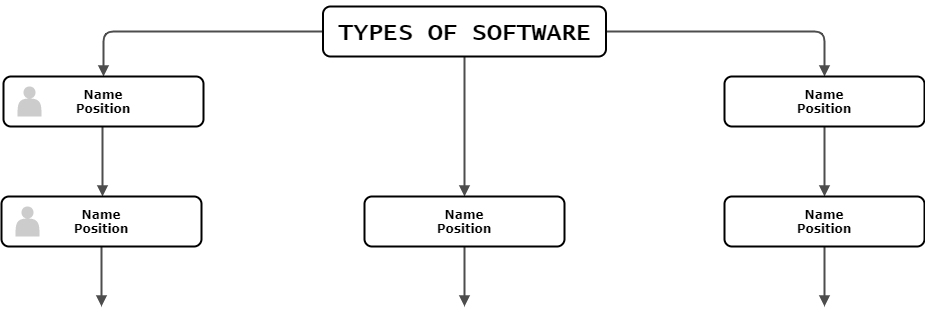
Before: CA_practical_asignment.png, a diagram exported from draw.io (JXTK/app.diagrams.net). Source tidied: cells renumbered, new cells last; positions are measured from the earlier drawing's top-left corner, leaving out a move shared by most shapes.
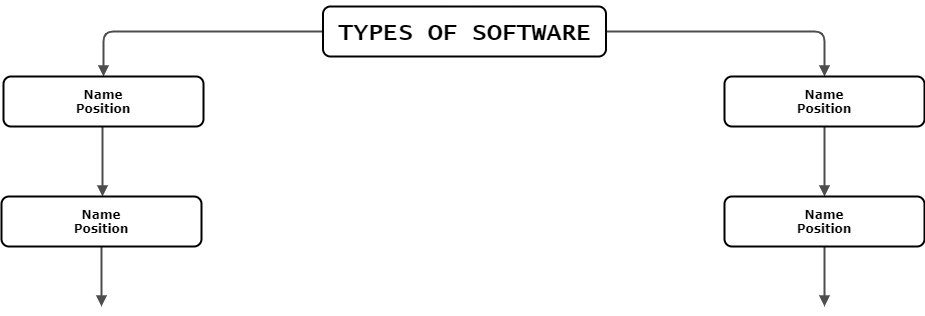
After the change.

What changed in the source:
```diff
@@ -2,9 +2,6 @@
   <root>
     <mxCell id="0" />
     <mxCell id="1" parent="0" />
-    <mxCell id="2" style="edgeStyle=orthogonalEdgeStyle;rounded=1;html=1;labelBackgroundColor=none;endArrow=block;endFill=1;strokeColor=#4D4D4D;strokeWidth=2;fontFamily=Verdana;fontSize=12;fontStyle=1;" parent="1" edge="1" source="15" target="14">
-      <mxGeometry relative="1" as="geometry" />
-    </mxCell>
     <mxCell id="3" style="edgeStyle=orthogonalEdgeStyle;rounded=1;html=1;labelBackgroundColor=none;endArrow=block;endFill=1;strokeColor=#4D4D4D;strokeWidth=2;fontFamily=Verdana;fontSize=12;fontStyle=1;" parent="1" edge="1" source="15" target="10">
       <mxGeometry relative="1" as="geometry" />
     </mxCell>
@@ -22,11 +19,6 @@
         <mxPoint x="823" y="300" as="targetPoint" />
       </mxGeometry>
     </mxCell>
-    <mxCell id="8" style="edgeStyle=elbowEdgeStyle;rounded=1;html=1;labelBackgroundColor=none;endArrow=block;endFill=1;strokeColor=#4D4D4D;strokeWidth=2;fontFamily=Verdana;fontSize=10;" parent="1" edge="1" source="14">
-      <mxGeometry relative="1" as="geometry">
-        <mxPoint x="463" y="300" as="targetPoint" />
-      </mxGeometry>
-    </mxCell>
     <mxCell id="9" style="edgeStyle=elbowEdgeStyle;rounded=1;html=1;labelBackgroundColor=none;endArrow=block;endFill=1;strokeColor=#4D4D4D;strokeWidth=2;fontFamily=Verdana;fontSize=10;" parent="1" edge="1" source="12">
       <mxGeometry relative="1" as="geometry">
         <mxPoint x="100" y="300" as="targetPoint" />
@@ -35,18 +27,9 @@
     <mxCell id="10" value="Name&lt;div&gt;&lt;span&gt;Position&lt;/span&gt;&lt;/div&gt;" style="whiteSpace=wrap;html=1;rounded=1;shadow=0;comic=0;strokeWidth=2;fontFamily=Verdana;align=center;fontSize=12;fontStyle=1;" parent="1" vertex="1">
       <mxGeometry x="2" y="70" width="200" height="50" as="geometry" />
     </mxCell>
-    <mxCell id="11" style="shape=actor;whiteSpace=wrap;html=1;rounded=0;shadow=0;comic=0;strokeWidth=1;fillColor=#CCCCCC;fontFamily=Verdana;align=center;strokeColor=none;fontSize=12;fontStyle=1;" parent="1" vertex="1">
-      <mxGeometry x="16" y="80" width="24" height="30" as="geometry" />
-    </mxCell>
     <mxCell id="12" value="Name&lt;div&gt;&lt;span&gt;Position&lt;/span&gt;&lt;/div&gt;" style="whiteSpace=wrap;html=1;rounded=1;shadow=0;comic=0;strokeWidth=2;fontFamily=Verdana;align=center;fontSize=12;fontStyle=1;" parent="1" vertex="1">
       <mxGeometry y="190" width="200" height="50" as="geometry" />
     </mxCell>
-    <mxCell id="13" style="shape=actor;whiteSpace=wrap;html=1;rounded=0;shadow=0;comic=0;strokeWidth=1;fillColor=#CCCCCC;fontFamily=Verdana;align=center;strokeColor=none;fontSize=12;fontStyle=1;" parent="1" vertex="1">
-      <mxGeometry x="14" y="200" width="24" height="30" as="geometry" />
-    </mxCell>
-    <mxCell id="14" value="Name&lt;div&gt;&lt;span&gt;Position&lt;/span&gt;&lt;/div&gt;" style="whiteSpace=wrap;html=1;rounded=1;shadow=0;comic=0;strokeWidth=2;fontFamily=Verdana;align=center;fontSize=12;fontStyle=1;" parent="1" vertex="1">
-      <mxGeometry x="363" y="190" width="200" height="50" as="geometry" />
-    </mxCell>
     <mxCell id="15" value="&lt;h1&gt;&lt;font face=&quot;Lucida Console&quot;&gt;TYPES OF SOFTWARE&lt;/font&gt;&lt;/h1&gt;" style="whiteSpace=wrap;html=1;rounded=1;shadow=0;comic=0;strokeWidth=2;fontFamily=Verdana;align=center;fontSize=12;fontStyle=1;" parent="1" vertex="1">
       <mxGeometry x="321.5" width="283" height="50" as="geometry" />
     </mxCell>
```
